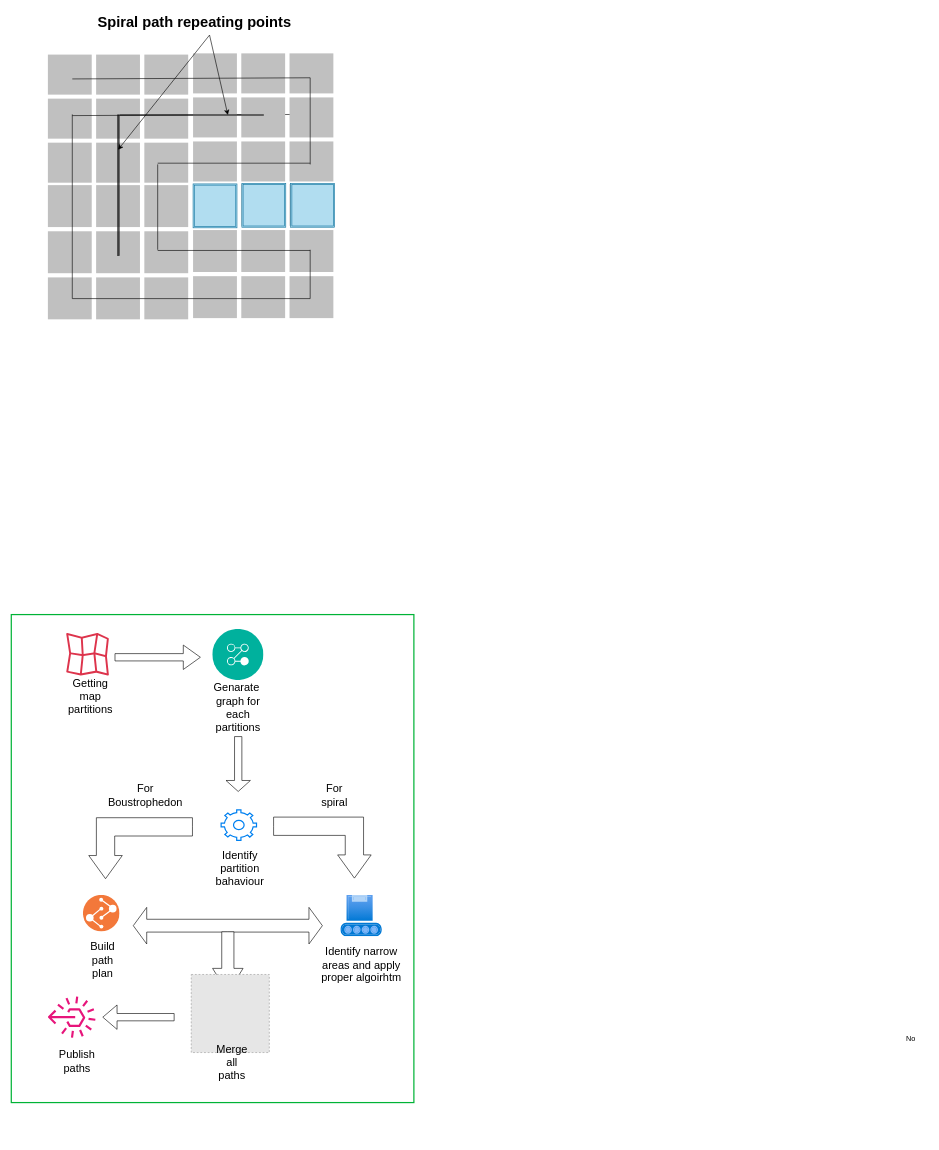
The draw.io diagram page "Page-2" (2 of 3) of Path planning flow chart.drawio in RandikaVS/Edfoci-chat-server, before the edit. Source tidied: cells renumbered, new cells numbered last; positions are measured from the earlier drawing's top-left corner, leaving out a move shared by most shapes. Both pictures are drawn from the tidied source at 61%, with x=0, y=0 at pixel (11, 10). Pictures stored in the file or linked from it are replaced by grey dashed boxes.
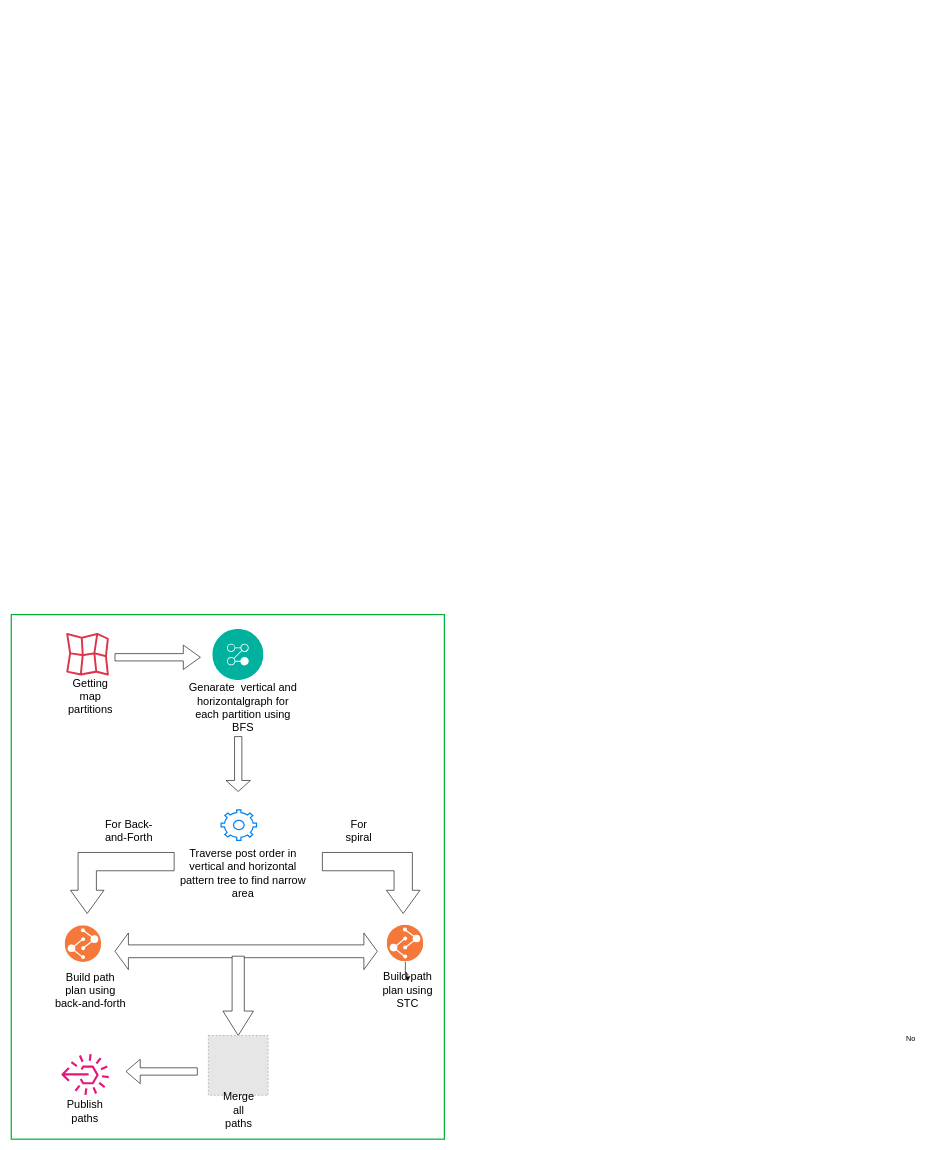
Above is the later version.

Unchanged cells that the change refers to:
```xml
<mxCell id="33" style="group;" parent="31" vertex="1">
  <mxGeometry y="6" width="598" height="720" as="geometry" />
</mxCell>
```

Diff of the diagram source:
```diff
@@
-    <mxCell id="4" style="group;" parent="1" vertex="1">
-      <mxGeometry x="60" width="470" height="506" as="geometry" />
-    </mxCell>
-    <mxCell id="5" value="Spiral path repeating points" style="text;strokeColor=none;fillColor=none;html=1;fontSize=24;fontStyle=1;verticalAlign=middle;align=center;" parent="4" vertex="1">
-      <mxGeometry x="190" width="100" height="40" as="geometry" />
-    </mxCell>
-    <mxCell id="6" style="group;" parent="4" vertex="1">
-      <mxGeometry y="70" width="470" height="436" as="geometry" />
-    </mxCell>
-    <mxCell id="7" style="group;" parent="6" vertex="1">
-      <mxGeometry width="470" height="436" as="geometry" />
-    </mxCell>
-    <mxCell id="8" style="group;" parent="7" vertex="1">
-      <mxGeometry y="2" width="230" height="434" as="geometry" />
-    </mxCell>
-    <mxCell id="9" style="html=1;verticalLabelPosition=bottom;labelBackgroundColor=#ffffff;verticalAlign=top;shadow=0;dashed=0;strokeWidth=1;shape=mxgraph.ios7ui.iconGrid;fillColor=#c0c0c0;gridSize=3,3;" parent="8" vertex="1">
-      <mxGeometry width="230" height="210" as="geometry" />
-    </mxCell>
-    <mxCell id="10" style="html=1;verticalLabelPosition=bottom;labelBackgroundColor=#ffffff;verticalAlign=top;shadow=0;dashed=0;strokeWidth=1;shape=mxgraph.ios7ui.iconGrid;fillColor=#c0c0c0;gridSize=3,3;" parent="8" vertex="1">
-      <mxGeometry y="214" width="230" height="220" as="geometry" />
-    </mxCell>
-    <mxCell id="11" style="endArrow=none;html=1;strokeWidth=1;rounded=0;exitX=0.835;exitY=0.867;exitDx=0;exitDy=0;exitPerimeter=0;" parent="8" edge="1">
-      <mxGeometry relative="1" as="geometry">
-        <mxPoint x="180" y="320" as="sourcePoint" />
-        <mxPoint x="180" y="180" as="targetPoint" />
-      </mxGeometry>
-    </mxCell>
-    <mxCell id="12" style="endArrow=none;html=1;strokeWidth=1;rounded=0;exitX=0.835;exitY=0.867;exitDx=0;exitDy=0;exitPerimeter=0;" parent="8" edge="1">
-      <mxGeometry relative="1" as="geometry">
-        <mxPoint x="40" y="400" as="sourcePoint" />
-        <mxPoint x="40" y="98" as="targetPoint" />
-      </mxGeometry>
-    </mxCell>
-    <mxCell id="13" style="endArrow=none;html=1;strokeWidth=1;rounded=0;exitX=0.835;exitY=0.867;exitDx=0;exitDy=0;exitPerimeter=0;" parent="8" edge="1">
-      <mxGeometry relative="1" as="geometry">
-        <mxPoint x="117.1" y="329.9" as="sourcePoint" />
-        <mxPoint x="117" y="98" as="targetPoint" />
-      </mxGeometry>
-    </mxCell>
-    <mxCell id="14" style="endArrow=none;html=1;strokeWidth=1;rounded=0;exitX=0.174;exitY=0.19;exitDx=0;exitDy=0;exitPerimeter=0;" parent="8" edge="1">
-      <mxGeometry relative="1" as="geometry">
-        <mxPoint x="40" y="100" as="sourcePoint" />
-        <mxPoint x="430" y="98" as="targetPoint" />
-      </mxGeometry>
-    </mxCell>
-    <mxCell id="15" style="line;strokeWidth=2;direction=south;html=1;" parent="8" vertex="1">
-      <mxGeometry x="110" y="98" width="10" height="232" as="geometry" />
-    </mxCell>
-    <mxCell id="16" style="group;" parent="7" vertex="1">
-      <mxGeometry x="238" width="232" height="434" as="geometry" />
-    </mxCell>
-    <mxCell id="17" style="html=1;verticalLabelPosition=bottom;labelBackgroundColor=#ffffff;verticalAlign=top;shadow=0;dashed=0;strokeWidth=1;shape=mxgraph.ios7ui.iconGrid;fillColor=#c0c0c0;gridSize=3,3;" parent="16" vertex="1">
-      <mxGeometry width="230" height="210" as="geometry" />
-    </mxCell>
-    <mxCell id="18" style="html=1;verticalLabelPosition=bottom;labelBackgroundColor=#ffffff;verticalAlign=top;shadow=0;dashed=0;strokeWidth=1;shape=mxgraph.ios7ui.iconGrid;fillColor=#c0c0c0;gridSize=3,3;" parent="16" vertex="1">
-      <mxGeometry y="214" width="230" height="220" as="geometry" />
-    </mxCell>
-    <mxCell id="19" style="shape=ext;double=1;whiteSpace=wrap;html=1;strokeColor=#10739e;fillColor=#b1ddf0;" parent="16" vertex="1">
-      <mxGeometry x="160" y="213" width="72" height="72" as="geometry" />
-    </mxCell>
-    <mxCell id="20" style="shape=ext;double=1;whiteSpace=wrap;html=1;strokeColor=#10739e;fillColor=#b1ddf0;" parent="16" vertex="1">
-      <mxGeometry x="80" y="213" width="72" height="72" as="geometry" />
-    </mxCell>
-    <mxCell id="21" style="shape=ext;double=1;whiteSpace=wrap;html=1;strokeColor=#10739e;fillColor=#b1ddf0;" parent="16" vertex="1">
-      <mxGeometry y="214" width="72" height="72" as="geometry" />
-    </mxCell>
-    <mxCell id="22" style="endArrow=none;html=1;strokeWidth=1;rounded=0;" parent="16" edge="1">
-      <mxGeometry relative="1" as="geometry">
-        <mxPoint x="-58" y="323.1" as="sourcePoint" />
-        <mxPoint x="192" y="323.1" as="targetPoint" />
-      </mxGeometry>
-    </mxCell>
-    <mxCell id="23" style="endArrow=none;html=1;strokeWidth=1;rounded=0;" parent="16" edge="1">
-      <mxGeometry relative="1" as="geometry">
-        <mxPoint x="192" y="402" as="sourcePoint" />
-        <mxPoint x="192" y="322" as="targetPoint" />
-      </mxGeometry>
-    </mxCell>
-    <mxCell id="24" style="endArrow=none;html=1;strokeWidth=1;rounded=0;exitX=0.174;exitY=0.19;exitDx=0;exitDy=0;exitPerimeter=0;" parent="16" edge="1">
-      <mxGeometry relative="1" as="geometry">
-        <mxPoint x="-198" y="402" as="sourcePoint" />
-        <mxPoint x="192" y="402" as="targetPoint" />
-      </mxGeometry>
-    </mxCell>
-    <mxCell id="25" style="line;strokeWidth=2;direction=west;html=1;" parent="16" vertex="1">
-      <mxGeometry x="-120" y="96" width="236" height="10" as="geometry" />
-    </mxCell>
-    <mxCell id="26" style="endArrow=none;html=1;strokeWidth=1;rounded=0;exitX=0.174;exitY=0.19;exitDx=0;exitDy=0;exitPerimeter=0;" parent="6" edge="1" source="9">
-      <mxGeometry relative="1" as="geometry">
-        <mxPoint x="430" y="40" as="targetPoint" />
-      </mxGeometry>
-    </mxCell>
-    <mxCell id="27" style="endArrow=none;html=1;strokeWidth=1;rounded=0;" parent="6" edge="1">
-      <mxGeometry relative="1" as="geometry">
-        <mxPoint x="180" y="180" as="sourcePoint" />
-        <mxPoint x="430" y="180" as="targetPoint" />
-      </mxGeometry>
-    </mxCell>
-    <mxCell id="28" style="endArrow=none;html=1;strokeWidth=1;rounded=0;exitX=0.835;exitY=0.867;exitDx=0;exitDy=0;exitPerimeter=0;" parent="6" edge="1" source="17">
-      <mxGeometry relative="1" as="geometry">
-        <mxPoint x="430" y="40" as="targetPoint" />
-      </mxGeometry>
-    </mxCell>
-    <mxCell id="29" style="endArrow=classic;html=1;rounded=0;exitX=0.75;exitY=1;exitDx=0;exitDy=0;entryX=0.25;entryY=0.5;entryDx=0;entryDy=0;entryPerimeter=0;" parent="4" edge="1" source="5" target="15">
-      <mxGeometry relative="1" as="geometry" />
-    </mxCell>
-    <mxCell id="30" style="endArrow=classic;html=1;rounded=0;exitX=0.75;exitY=1;exitDx=0;exitDy=0;entryX=0.25;entryY=0.5;entryDx=0;entryDy=0;entryPerimeter=0;" parent="4" edge="1" source="5" target="25">
-      <mxGeometry relative="1" as="geometry" />
-    </mxCell>
@@
-    <mxCell id="36" value="&lt;span style=&quot;font-size: 18px;&quot;&gt;Genarate&amp;nbsp; graph for each partitions&lt;/span&gt;" style="text;html=1;align=center;verticalAlign=middle;whiteSpace=wrap;rounded=0;" parent="33" vertex="1">
-      <mxGeometry x="282" y="108" width="60" height="30" as="geometry" />
+    <mxCell id="36" value="&lt;span style=&quot;font-size: 18px;&quot;&gt;Genarate&amp;nbsp; vertical and horizontalgraph for each partition using BFS&lt;/span&gt;" style="text;html=1;align=center;verticalAlign=middle;whiteSpace=wrap;rounded=0;" parent="33" vertex="1">
+      <mxGeometry x="230" y="108" width="180" height="30" as="geometry" />
     </mxCell>
@@
-    <mxCell id="38" style="group;" parent="33" vertex="1">
-      <mxGeometry x="430" y="430" width="168" height="130" as="geometry" />
-    </mxCell>
-    <mxCell id="39" style="image;html=1;align=center;fontSize=12;image=img/lib/azure2/other/Defender_Industrial_Packaging_System.svg;" parent="38" vertex="1">
-      <mxGeometry x="50" width="68" height="68" as="geometry" />
-    </mxCell>
-    <mxCell id="40" value="&lt;span style=&quot;font-size: 18px;&quot;&gt;Identify narrow areas and apply proper algoirhtm&lt;/span&gt;" style="text;html=1;align=center;verticalAlign=middle;whiteSpace=wrap;rounded=0;" parent="38" vertex="1">
-      <mxGeometry y="100" width="168" height="30" as="geometry" />
-    </mxCell>
@@
-    <mxCell id="43" value="&lt;span style=&quot;font-size: 18px;&quot;&gt;Identify partition bahaviour&lt;/span&gt;" style="text;html=1;align=center;verticalAlign=middle;whiteSpace=wrap;rounded=0;" parent="33" vertex="1">
-      <mxGeometry x="285" y="372" width="60" height="30" as="geometry" />
+    <mxCell id="43" value="&lt;span style=&quot;font-size: 18px;&quot;&gt;Traverse post order in vertical and horizontal pattern tree to find narrow area&lt;/span&gt;" style="text;html=1;align=center;verticalAlign=middle;whiteSpace=wrap;rounded=0;" parent="33" vertex="1">
+      <mxGeometry x="205.2" y="380" width="229.5" height="30" as="geometry" />
     </mxCell>
     <mxCell id="44" style="html=1;shadow=0;dashed=0;align=center;verticalAlign=middle;shape=mxgraph.arrows2.bendArrow;dy=15;dx=38;notch=0;arrowHead=55;rounded=0;direction=south;" parent="33" vertex="1">
-      <mxGeometry x="370" y="302" width="160" height="100" as="geometry" />
+      <mxGeometry x="450" y="360" width="160" height="100" as="geometry" />
     </mxCell>
     <mxCell id="45" value="&lt;span style=&quot;font-size: 18px;&quot;&gt;For spiral&lt;/span&gt;" style="text;html=1;align=center;verticalAlign=middle;whiteSpace=wrap;rounded=0;" parent="33" vertex="1">
-      <mxGeometry x="440" y="252" width="60" height="30" as="geometry" />
+      <mxGeometry x="480" y="310" width="60" height="30" as="geometry" />
     </mxCell>
     <mxCell id="46" style="html=1;shadow=0;dashed=0;align=center;verticalAlign=middle;shape=mxgraph.arrows2.bendArrow;dy=15;dx=38;notch=0;arrowHead=55;rounded=0;flipH=1;direction=south;" parent="33" vertex="1">
-      <mxGeometry x="67" y="303" width="170" height="100" as="geometry" />
+      <mxGeometry x="37" y="360" width="170" height="100" as="geometry" />
     </mxCell>
-    <mxCell id="47" value="&lt;span style=&quot;font-size: 18px;&quot;&gt;For Boustrophedon&lt;/span&gt;" style="text;html=1;align=center;verticalAlign=middle;whiteSpace=wrap;rounded=0;" parent="33" vertex="1">
-      <mxGeometry x="130" y="252" width="60" height="30" as="geometry" />
+    <mxCell id="47" value="&lt;span style=&quot;font-size: 18px;&quot;&gt;For Back-and-Forth&lt;/span&gt;" style="text;html=1;align=center;verticalAlign=middle;whiteSpace=wrap;rounded=0;" parent="33" vertex="1">
+      <mxGeometry x="78" y="310" width="110" height="30" as="geometry" />
     </mxCell>
     <mxCell id="48" style="group;" parent="33" vertex="1">
-      <mxGeometry x="46" y="430" width="62" height="122" as="geometry" />
+      <mxGeometry x="46" y="430" width="132" height="122" as="geometry" />
     </mxCell>
     <mxCell id="49" style="group;" parent="48" vertex="1">
-      <mxGeometry x="12" width="62" height="122" as="geometry" />
+      <mxGeometry x="12" width="120" height="122" as="geometry" />
     </mxCell>
     <mxCell id="50" style="image;perimeter=ellipsePerimeter;html=1;align=center;shadow=0;dashed=0;fontColor=#4277BB;labelBackgroundColor=default;fontSize=12;spacingTop=3;image=img/lib/ibm/devops/build_test.svg;" parent="49" vertex="1">
-      <mxGeometry width="60" height="60" as="geometry" />
+      <mxGeometry x="-30" y="50" width="60" height="60" as="geometry" />
     </mxCell>
-    <mxCell id="51" value="&lt;span style=&quot;font-size: 18px;&quot;&gt;Build path plan&lt;/span&gt;" style="text;html=1;align=center;verticalAlign=middle;whiteSpace=wrap;rounded=0;" parent="49" vertex="1">
-      <mxGeometry x="2" y="92" width="60" height="30" as="geometry" />
+    <mxCell id="51" value="&lt;span style=&quot;font-size: 18px;&quot;&gt;Build path plan using back-and-forth&lt;/span&gt;" style="text;html=1;align=center;verticalAlign=middle;whiteSpace=wrap;rounded=0;" parent="49" vertex="1">
+      <mxGeometry x="-48" y="142" width="120" height="30" as="geometry" />
     </mxCell>
     <mxCell id="52" style="html=1;shadow=0;dashed=0;align=center;verticalAlign=middle;shape=mxgraph.arrows2.twoWayArrow;dy=0.65;dx=22;" parent="33" vertex="1">
-      <mxGeometry x="140" y="450" width="310" height="60" as="geometry" />
+      <mxGeometry x="110" y="492" width="430" height="60" as="geometry" />
     </mxCell>
     <mxCell id="53" style="html=1;shadow=0;dashed=0;align=center;verticalAlign=middle;shape=mxgraph.arrows2.arrow;dy=0.6;dx=40;direction=south;notch=0;" parent="33" vertex="1">
-      <mxGeometry x="270" y="490" width="50" height="100" as="geometry" />
+      <mxGeometry x="287" y="530" width="50" height="130" as="geometry" />
     </mxCell>
     <mxCell id="54" style="fillColor=#E6E6E6;strokeColor=#999999;dashed=1;html=1;verticalAlign=top;verticalLabelPosition=bottom;labelBackgroundColor=#ffffff;" parent="33" vertex="1">
-      <mxGeometry x="235" y="560" width="128" height="128" as="geometry" />
+      <mxGeometry x="263" y="660" width="98" height="98" as="geometry" />
     </mxCell>
-    <mxCell id="55" value="&lt;span style=&quot;font-size: 18px;&quot;&gt;Merge all paths&lt;/span&gt;" style="text;html=1;align=center;verticalAlign=middle;whiteSpace=wrap;rounded=0;" parent="33" vertex="1">
-      <mxGeometry x="272" y="690" width="60" height="30" as="geometry" />
-    </mxCell>
+    <mxCell id="60" style="edgeStyle=orthogonalEdgeStyle;rounded=0;jettySize=auto;html=1;" parent="33" edge="1" source="61" target="62">
+      <mxGeometry relative="1" as="geometry" />
+    </mxCell>
+    <mxCell id="61" style="image;perimeter=ellipsePerimeter;html=1;align=center;shadow=0;dashed=0;fontColor=#4277BB;labelBackgroundColor=default;fontSize=12;spacingTop=3;image=img/lib/ibm/devops/build_test.svg;" parent="33" vertex="1">
+      <mxGeometry x="556" y="479" width="60" height="60" as="geometry" />
+    </mxCell>
+    <mxCell id="62" value="&lt;span style=&quot;font-size: 18px;&quot;&gt;Build path plan using STC&lt;/span&gt;" style="text;html=1;align=center;verticalAlign=middle;whiteSpace=wrap;rounded=0;" parent="33" vertex="1">
+      <mxGeometry x="540" y="571" width="100" height="30" as="geometry" />
+    </mxCell>
+    <mxCell id="59" style="rounded=0;whiteSpace=wrap;html=1;fillColor=none;strokeColor=#00B336;strokeWidth=2;" parent="1" vertex="1">
+      <mxGeometry y="990" width="710" height="860" as="geometry" />
+    </mxCell>
-    <mxCell id="56" style="shape=singleArrow;whiteSpace=wrap;html=1;flipH=1;" parent="33" vertex="1">
-      <mxGeometry x="90" y="610" width="117" height="40" as="geometry" />
+    <mxCell id="56" style="shape=singleArrow;whiteSpace=wrap;html=1;flipH=1;" parent="1" vertex="1">
+      <mxGeometry x="188" y="1719" width="117" height="40" as="geometry" />
     </mxCell>
-    <mxCell id="57" style="sketch=0;fontColor=#232F3E;gradientColor=none;fillColor=#E7157B;strokeColor=none;dashed=0;verticalLabelPosition=bottom;verticalAlign=top;align=center;html=1;fontSize=12;fontStyle=0;shape=mxgraph.aws4.rule_3;flipH=1;" parent="33" vertex="1">
-      <mxGeometry y="596" width="78" height="68" as="geometry" />
+    <mxCell id="57" style="sketch=0;fontColor=#232F3E;gradientColor=none;fillColor=#E7157B;strokeColor=none;dashed=0;verticalLabelPosition=bottom;verticalAlign=top;align=center;html=1;fontSize=12;fontStyle=0;shape=mxgraph.aws4.rule_3;flipH=1;" parent="1" vertex="1">
+      <mxGeometry x="82" y="1710" width="78" height="68" as="geometry" />
     </mxCell>
-    <mxCell id="58" value="&lt;span style=&quot;font-size: 18px;&quot;&gt;Publish paths&lt;/span&gt;" style="text;html=1;align=center;verticalAlign=middle;whiteSpace=wrap;rounded=0;" parent="33" vertex="1">
-      <mxGeometry x="18" y="688" width="60" height="30" as="geometry" />
+    <mxCell id="58" value="&lt;span style=&quot;font-size: 18px;&quot;&gt;Publish paths&lt;/span&gt;" style="text;html=1;align=center;verticalAlign=middle;whiteSpace=wrap;rounded=0;" parent="1" vertex="1">
+      <mxGeometry x="91" y="1790" width="60" height="30" as="geometry" />
     </mxCell>
-    <mxCell id="59" style="rounded=0;whiteSpace=wrap;html=1;fillColor=none;strokeColor=#00B336;strokeWidth=2;" parent="1" vertex="1">
-      <mxGeometry y="990" width="660" height="800" as="geometry" />
-    </mxCell>
+    <mxCell id="55" value="&lt;span style=&quot;font-size: 18px;&quot;&gt;Merge all paths&lt;/span&gt;" style="text;html=1;align=center;verticalAlign=middle;whiteSpace=wrap;rounded=0;" parent="1" vertex="1">
+      <mxGeometry x="343" y="1788" width="60" height="30" as="geometry" />
+    </mxCell>
```
